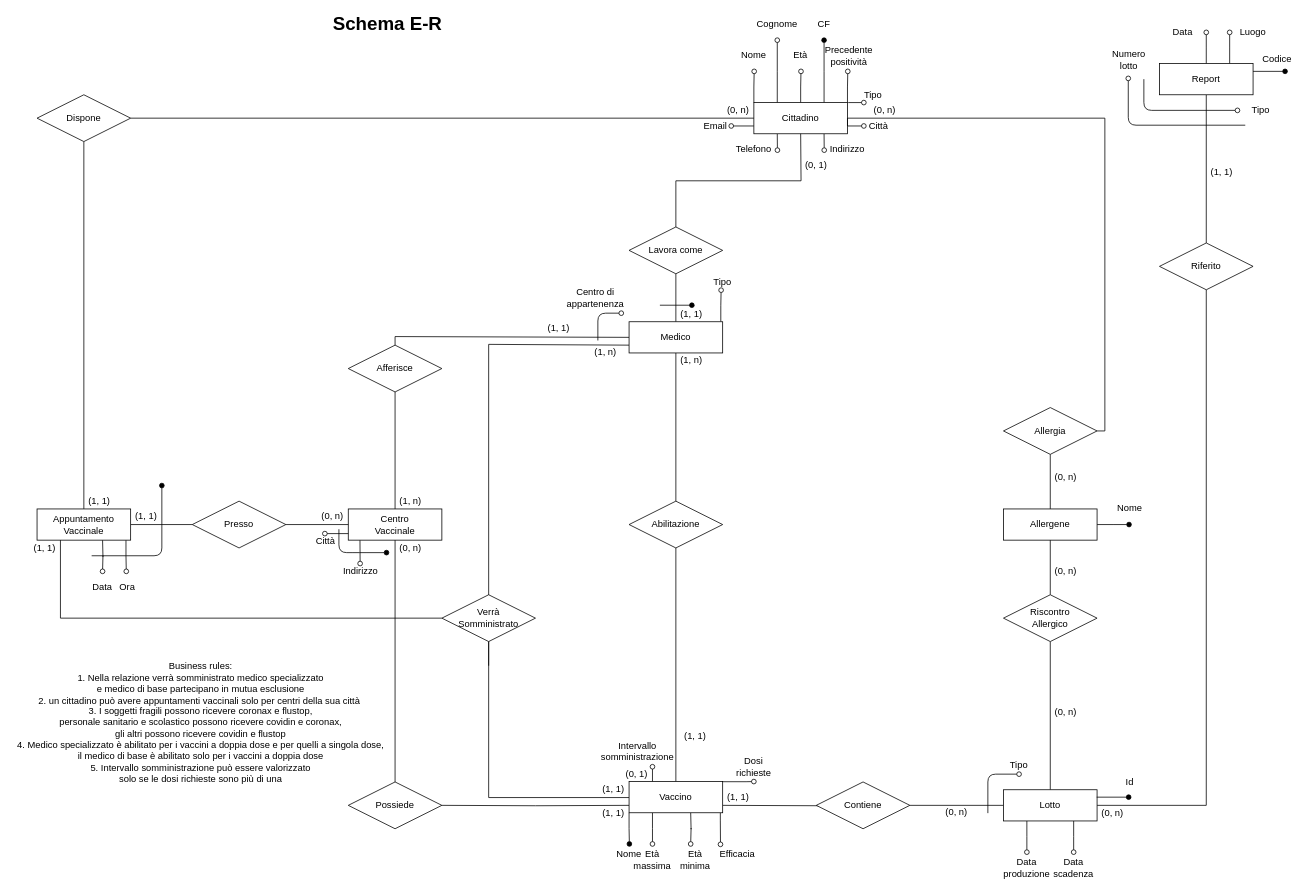
Earlier version of the draw.io diagram page "E/R ristrutturato" (7 of 7) of ER.drawio (TheFlonet/DB). Source tidied: cells renumbered, new cells numbered last; positions are measured from the earlier drawing's top-left corner, leaving out a move shared by most shapes. Both pictures are drawn from the tidied source at 78%, with x=0, y=0 at pixel (13, 16).
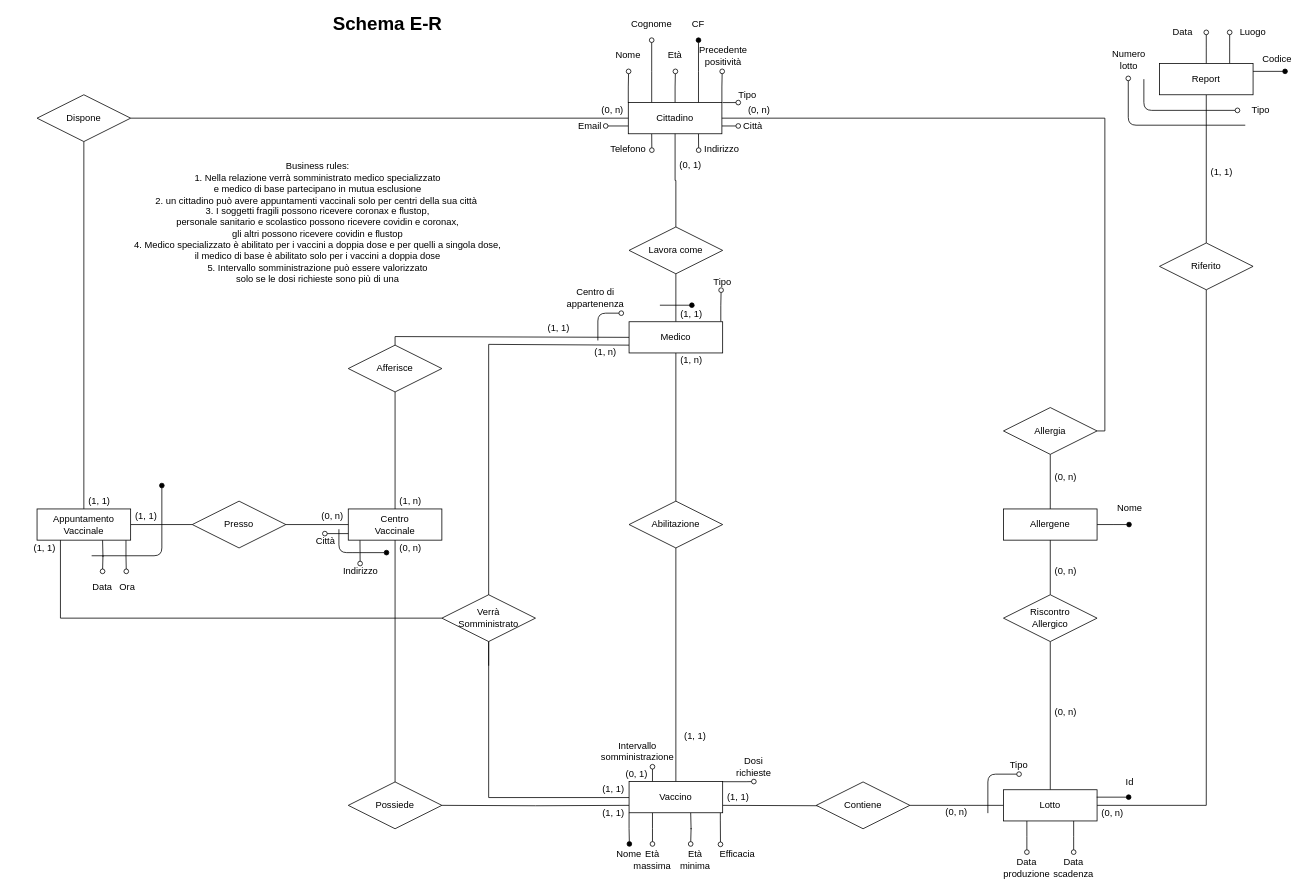
The same diagram, later.

Unchanged cells that the change refers to:
```xml
<mxCell id="52" value="Allergia" style="shape=rhombus;perimeter=rhombusPerimeter;whiteSpace=wrap;html=1;align=center;" parent="1" vertex="1">
  <mxGeometry x="1269" y="501" width="120" height="60" as="geometry" />
</mxCell>
<mxCell id="119" value="Lavora come" style="shape=rhombus;perimeter=rhombusPerimeter;whiteSpace=wrap;html=1;align=center;" parent="1" vertex="1">
  <mxGeometry x="789" y="269.5" width="120" height="60" as="geometry" />
</mxCell>
```

The edit, as a diff of the source:
```diff
@@
     <mxCell id="4" style="edgeStyle=orthogonalEdgeStyle;rounded=0;jettySize=auto;html=1;exitX=0.25;exitY=0;exitDx=0;exitDy=0;startArrow=none;startFill=0;endArrow=oval;endFill=0;" parent="1" edge="1" source="13">
       <mxGeometry relative="1" as="geometry">
-        <mxPoint x="979" y="30" as="targetPoint" />
+        <mxPoint x="818" y="30" as="targetPoint" />
       </mxGeometry>
     </mxCell>
     <mxCell id="5" style="edgeStyle=orthogonalEdgeStyle;rounded=0;jettySize=auto;html=1;exitX=0.5;exitY=0;exitDx=0;exitDy=0;startArrow=none;startFill=0;endArrow=oval;endFill=0;" parent="1" edge="1" source="13">
       <mxGeometry relative="1" as="geometry">
-        <mxPoint x="1009.4" y="70" as="targetPoint" />
+        <mxPoint x="848.4" y="70" as="targetPoint" />
       </mxGeometry>
     </mxCell>
     <mxCell id="6" style="edgeStyle=orthogonalEdgeStyle;rounded=0;jettySize=auto;html=1;exitX=0.75;exitY=0;exitDx=0;exitDy=0;startArrow=none;startFill=0;endArrow=oval;endFill=1;" parent="1" edge="1" source="13">
       <mxGeometry relative="1" as="geometry">
-        <mxPoint x="1039" y="30" as="targetPoint" />
+        <mxPoint x="878" y="30" as="targetPoint" />
       </mxGeometry>
     </mxCell>
     <mxCell id="7" style="edgeStyle=orthogonalEdgeStyle;rounded=0;jettySize=auto;html=1;exitX=0;exitY=0.75;exitDx=0;exitDy=0;endArrow=oval;endFill=0;" parent="1" edge="1" source="13">
       <mxGeometry relative="1" as="geometry">
-        <mxPoint x="920" y="140.2" as="targetPoint" />
+        <mxPoint x="759" y="140.2" as="targetPoint" />
       </mxGeometry>
     </mxCell>
     <mxCell id="8" style="edgeStyle=orthogonalEdgeStyle;rounded=0;jettySize=auto;html=1;exitX=0;exitY=1;exitDx=0;exitDy=0;endArrow=oval;endFill=1;" parent="1" edge="1" source="13">
       <mxGeometry relative="1" as="geometry">
-        <mxPoint x="949.2" y="150.2" as="targetPoint" />
+        <mxPoint x="788.2" y="150.2" as="targetPoint" />
       </mxGeometry>
     </mxCell>
     <mxCell id="9" style="edgeStyle=orthogonalEdgeStyle;rounded=0;jettySize=auto;html=1;exitX=0.25;exitY=1;exitDx=0;exitDy=0;endArrow=oval;endFill=0;" parent="1" edge="1" source="13">
       <mxGeometry relative="1" as="geometry">
-        <mxPoint x="979.2" y="171" as="targetPoint" />
+        <mxPoint x="818.2" y="171" as="targetPoint" />
       </mxGeometry>
     </mxCell>
     <mxCell id="10" style="edgeStyle=orthogonalEdgeStyle;rounded=0;jettySize=auto;html=1;exitX=1;exitY=0.75;exitDx=0;exitDy=0;endArrow=oval;endFill=0;" parent="1" edge="1" source="13">
       <mxGeometry relative="1" as="geometry">
-        <mxPoint x="1090" y="140.2" as="targetPoint" />
+        <mxPoint x="929" y="140.2" as="targetPoint" />
       </mxGeometry>
     </mxCell>
     <mxCell id="11" style="edgeStyle=orthogonalEdgeStyle;rounded=0;jettySize=auto;html=1;exitX=0.75;exitY=1;exitDx=0;exitDy=0;endArrow=oval;endFill=0;" parent="1" edge="1" source="13">
       <mxGeometry relative="1" as="geometry">
-        <mxPoint x="1039.2" y="171" as="targetPoint" />
+        <mxPoint x="878.2" y="171" as="targetPoint" />
       </mxGeometry>
     </mxCell>
     <mxCell id="12" style="edgeStyle=orthogonalEdgeStyle;rounded=0;jettySize=auto;html=1;exitX=1;exitY=1;exitDx=0;exitDy=0;endArrow=oval;endFill=0;" parent="1" edge="1" source="13">
       <mxGeometry relative="1" as="geometry">
-        <mxPoint x="1069.2" y="150.2" as="targetPoint" />
+        <mxPoint x="908.2" y="150.2" as="targetPoint" />
       </mxGeometry>
     </mxCell>
     <mxCell id="13" value="Cittadino" style="whiteSpace=wrap;html=1;align=center;" parent="1" vertex="1">
-      <mxGeometry x="949" y="110" width="120" height="40" as="geometry" />
+      <mxGeometry x="788" y="110" width="120" height="40" as="geometry" />
     </mxCell>
@@
-    <mxCell id="51" style="edgeStyle=orthogonalEdgeStyle;rounded=0;jettySize=auto;html=1;exitX=1;exitY=0.5;exitDx=0;exitDy=0;entryX=1;entryY=0.75;entryDx=0;entryDy=0;startArrow=none;startFill=0;endArrow=none;endFill=0;" parent="1" edge="1" source="52" target="13">
+    <mxCell id="51" style="edgeStyle=orthogonalEdgeStyle;rounded=0;jettySize=auto;html=1;exitX=1;exitY=0.5;exitDx=0;exitDy=0;entryX=1;entryY=0.5;entryDx=0;entryDy=0;startArrow=none;startFill=0;endArrow=none;endFill=0;" parent="1" edge="1" source="52" target="13">
       <mxGeometry relative="1" as="geometry">
         <Array as="points">
           <mxPoint x="1399" y="531" />
           <mxPoint x="1399" y="130" />
-          <mxPoint x="1069" y="130" />
         </Array>
       </mxGeometry>
     </mxCell>
@@
     <mxCell id="69" style="edgeStyle=orthogonalEdgeStyle;rounded=0;jettySize=auto;html=1;exitX=1;exitY=0;exitDx=0;exitDy=0;startArrow=none;startFill=0;endArrow=oval;endFill=0;" parent="1" edge="1" source="13">
       <mxGeometry relative="1" as="geometry">
-        <mxPoint x="1069.4" y="70" as="targetPoint" />
+        <mxPoint x="908.4" y="70" as="targetPoint" />
       </mxGeometry>
     </mxCell>
     <mxCell id="70" value="(0, n)" style="text;html=1;strokeColor=none;fillColor=none;align=center;verticalAlign=middle;whiteSpace=wrap;rounded=0;" parent="1" vertex="1">
-      <mxGeometry x="1097" y="110" width="40" height="20" as="geometry" />
+      <mxGeometry x="936" y="110" width="40" height="20" as="geometry" />
     </mxCell>
@@
     <mxCell id="75" style="edgeStyle=orthogonalEdgeStyle;rounded=0;jettySize=auto;html=1;exitX=1;exitY=0;exitDx=0;exitDy=0;startArrow=none;startFill=0;endArrow=oval;endFill=0;" parent="1" edge="1" source="76">
       <mxGeometry relative="1" as="geometry">
-        <mxPoint x="949.4" y="70" as="targetPoint" />
+        <mxPoint x="788.4" y="70" as="targetPoint" />
       </mxGeometry>
     </mxCell>
     <mxCell id="76" value="(0, n)" style="text;html=1;strokeColor=none;fillColor=none;align=center;verticalAlign=middle;whiteSpace=wrap;rounded=0;" parent="1" vertex="1">
-      <mxGeometry x="909" y="110" width="40" height="20" as="geometry" />
+      <mxGeometry x="748" y="110" width="40" height="20" as="geometry" />
     </mxCell>
@@
     <mxCell id="91" value="Nome" style="text;html=1;strokeColor=none;fillColor=none;align=center;verticalAlign=middle;whiteSpace=wrap;rounded=0;" parent="1" vertex="1">
-      <mxGeometry x="929" y="40" width="40" height="20" as="geometry" />
+      <mxGeometry x="768" y="40" width="40" height="20" as="geometry" />
     </mxCell>
     <mxCell id="92" value="Età" style="text;html=1;strokeColor=none;fillColor=none;align=center;verticalAlign=middle;whiteSpace=wrap;rounded=0;" parent="1" vertex="1">
-      <mxGeometry x="989" y="40" width="40" height="20" as="geometry" />
+      <mxGeometry x="828" y="40" width="40" height="20" as="geometry" />
     </mxCell>
     <mxCell id="93" value="Precedente positività" style="text;html=1;strokeColor=none;fillColor=none;align=center;verticalAlign=middle;whiteSpace=wrap;rounded=0;" parent="1" vertex="1">
-      <mxGeometry x="1051" y="40" width="40" height="20" as="geometry" />
+      <mxGeometry x="890" y="40" width="40" height="20" as="geometry" />
     </mxCell>
     <mxCell id="94" value="CF" style="text;html=1;strokeColor=none;fillColor=none;align=center;verticalAlign=middle;whiteSpace=wrap;rounded=0;" parent="1" vertex="1">
-      <mxGeometry x="1019" width="40" height="20" as="geometry" />
+      <mxGeometry x="858" width="40" height="20" as="geometry" />
     </mxCell>
     <mxCell id="95" value="Cognome" style="text;html=1;strokeColor=none;fillColor=none;align=center;verticalAlign=middle;whiteSpace=wrap;rounded=0;" parent="1" vertex="1">
-      <mxGeometry x="959" width="40" height="20" as="geometry" />
+      <mxGeometry x="798" width="40" height="20" as="geometry" />
     </mxCell>
     <mxCell id="96" value="Email" style="text;html=1;strokeColor=none;fillColor=none;align=center;verticalAlign=middle;whiteSpace=wrap;rounded=0;" parent="1" vertex="1">
-      <mxGeometry x="880" y="130" width="40" height="20" as="geometry" />
+      <mxGeometry x="719" y="130" width="40" height="20" as="geometry" />
     </mxCell>
     <mxCell id="97" value="Telefono" style="text;html=1;strokeColor=none;fillColor=none;align=center;verticalAlign=middle;whiteSpace=wrap;rounded=0;" parent="1" vertex="1">
-      <mxGeometry x="929" y="160" width="40" height="20" as="geometry" />
+      <mxGeometry x="768" y="160" width="40" height="20" as="geometry" />
     </mxCell>
     <mxCell id="98" value="Città" style="text;html=1;strokeColor=none;fillColor=none;align=center;verticalAlign=middle;whiteSpace=wrap;rounded=0;" parent="1" vertex="1">
-      <mxGeometry x="1089" y="130" width="40" height="20" as="geometry" />
+      <mxGeometry x="928" y="130" width="40" height="20" as="geometry" />
     </mxCell>
     <mxCell id="99" value="Indirizzo" style="text;html=1;strokeColor=none;fillColor=none;align=center;verticalAlign=middle;whiteSpace=wrap;rounded=0;" parent="1" vertex="1">
-      <mxGeometry x="1049" y="160" width="40" height="20" as="geometry" />
+      <mxGeometry x="888" y="160" width="40" height="20" as="geometry" />
     </mxCell>
     <mxCell id="100" value="Business rules:&lt;br&gt;1. Nella relazione verrà somministrato medico specializzato &lt;br&gt;e medico di base partecipano in mutua esclusione&lt;br&gt;2. un cittadino può avere appuntamenti vaccinali solo per centri della sua città&amp;nbsp;&lt;br&gt;3. I soggetti fragili possono ricevere coronax e flustop, &lt;br&gt;personale sanitario e scolastico possono ricevere covidin e coronax, &lt;br&gt;gli altri possono ricevere covidin e flustop&lt;br&gt;4. Medico specializzato è abilitato per i vaccini a doppia dose e per quelli a singola dose, &lt;br&gt;il medico di base è abilitato solo per i vaccini a doppia dose&lt;br&gt;5. Intervallo somministrazione può essere valorizzato &lt;br&gt;solo se le dosi richieste sono più di una" style="text;html=1;strokeColor=none;fillColor=none;align=center;verticalAlign=middle;whiteSpace=wrap;rounded=0;" parent="1" vertex="1">
-      <mxGeometry y="839" width="480" height="131" as="geometry" />
+      <mxGeometry x="150" y="198.5" width="480" height="131" as="geometry" />
     </mxCell>
@@
     <mxCell id="111" style="edgeStyle=orthogonalEdgeStyle;rounded=0;orthogonalLoop=1;jettySize=auto;html=1;endArrow=oval;endFill=0;" parent="1" edge="1">
       <mxGeometry relative="1" as="geometry">
-        <mxPoint x="1070" y="110" as="sourcePoint" />
-        <mxPoint x="1090" y="110" as="targetPoint" />
+        <mxPoint x="909" y="110" as="sourcePoint" />
+        <mxPoint x="929" y="110" as="targetPoint" />
       </mxGeometry>
     </mxCell>
     <mxCell id="112" value="Tipo" style="text;html=1;strokeColor=none;fillColor=none;align=center;verticalAlign=middle;whiteSpace=wrap;rounded=0;" parent="1" vertex="1">
-      <mxGeometry x="1082" y="90" width="40" height="20" as="geometry" />
+      <mxGeometry x="921" y="90" width="40" height="20" as="geometry" />
     </mxCell>
@@
-    <mxCell id="118" style="edgeStyle=orthogonalEdgeStyle;rounded=0;jettySize=auto;html=1;exitX=0.5;exitY=0;exitDx=0;exitDy=0;endArrow=none;endFill=0;" parent="1" edge="1" source="119">
-      <mxGeometry relative="1" as="geometry">
-        <mxPoint x="1009" y="150" as="targetPoint" />
-      </mxGeometry>
-    </mxCell>
+    <mxCell id="139" style="edgeStyle=orthogonalEdgeStyle;rounded=0;jettySize=auto;html=1;exitX=0.5;exitY=0;exitDx=0;exitDy=0;entryX=0.5;entryY=1;entryDx=0;entryDy=0;endArrow=none;endFill=0;" parent="1" edge="1" source="119" target="13">
+      <mxGeometry relative="1" as="geometry" />
+    </mxCell>
@@
     <mxCell id="120" value="(0, 1)" style="text;html=1;strokeColor=none;fillColor=none;align=center;verticalAlign=middle;whiteSpace=wrap;rounded=0;" parent="1" vertex="1">
-      <mxGeometry x="1009" y="180" width="40" height="20" as="geometry" />
+      <mxGeometry x="848" y="180" width="40" height="20" as="geometry" />
     </mxCell>
```
